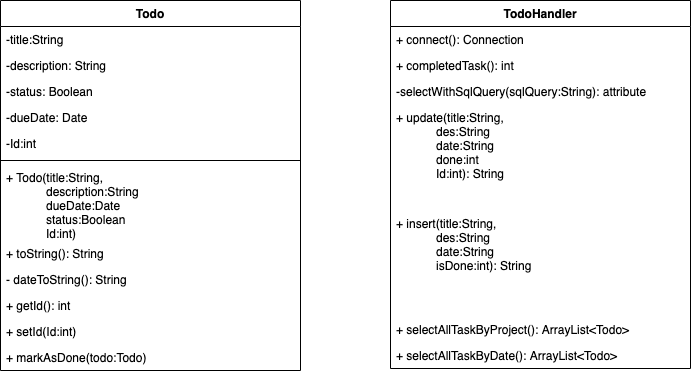
Earlier version of the draw.io export images/TodoUMLDiagram.png (emman2life/IP_Project). Source tidied: cells renumbered, new cells last; positions are measured from the earlier drawing's top-left corner, leaving out a move shared by most shapes.
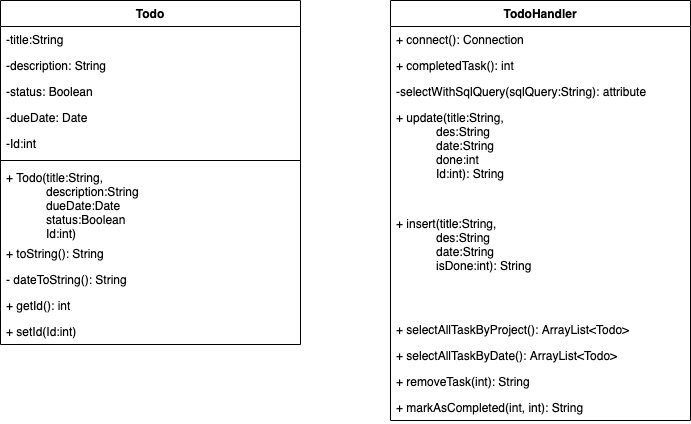
After the commit.

The edit, as a diff of the source:
```diff
@@ -3,7 +3,7 @@
     <mxCell id="0" />
     <mxCell id="1" parent="0" />
     <mxCell id="2" value="Todo" style="swimlane;fontStyle=1;align=center;verticalAlign=top;horizontal=1;startSize=26;" parent="1" vertex="1">
-      <mxGeometry width="300" height="370" as="geometry" />
+      <mxGeometry width="300" height="344" as="geometry" />
     </mxCell>
     <mxCell id="3" value="-title:String&#10;" style="text;strokeColor=none;fillColor=none;align=left;verticalAlign=top;spacingLeft=4;spacingRight=4;overflow=hidden;" parent="2" vertex="1">
       <mxGeometry y="26" width="300" height="26" as="geometry" />
@@ -38,11 +38,8 @@
     <mxCell id="13" value="+ setId(Id:int)" style="text;strokeColor=none;fillColor=none;align=left;verticalAlign=top;spacingLeft=4;spacingRight=4;overflow=hidden;" parent="2" vertex="1">
       <mxGeometry y="318" width="300" height="26" as="geometry" />
     </mxCell>
-    <mxCell id="14" value="+ markAsDone(todo:Todo)" style="text;strokeColor=none;fillColor=none;align=left;verticalAlign=top;spacingLeft=4;spacingRight=4;overflow=hidden;" parent="2" vertex="1">
-      <mxGeometry y="344" width="300" height="26" as="geometry" />
-    </mxCell>
     <mxCell id="15" value="TodoHandler" style="swimlane;fontStyle=1;align=center;verticalAlign=top;horizontal=1;startSize=26;" parent="1" vertex="1">
-      <mxGeometry x="390" width="300" height="368" as="geometry" />
+      <mxGeometry x="390" width="300" height="420" as="geometry" />
     </mxCell>
     <mxCell id="16" value="+ connect(): Connection" style="text;strokeColor=none;fillColor=none;align=left;verticalAlign=top;spacingLeft=4;spacingRight=4;overflow=hidden;" parent="15" vertex="1">
       <mxGeometry y="26" width="300" height="26" as="geometry" />
@@ -65,5 +62,11 @@
     <mxCell id="22" value="+ selectAllTaskByDate(): ArrayList&lt;Todo&gt;" style="text;strokeColor=none;fillColor=none;align=left;verticalAlign=top;spacingLeft=4;spacingRight=4;overflow=hidden;" parent="15" vertex="1">
       <mxGeometry y="342" width="300" height="26" as="geometry" />
     </mxCell>
+    <mxCell id="23" value="+ removeTask(int): String" style="text;strokeColor=none;fillColor=none;align=left;verticalAlign=top;spacingLeft=4;spacingRight=4;overflow=hidden;" parent="15" vertex="1">
+      <mxGeometry y="368" width="300" height="26" as="geometry" />
+    </mxCell>
+    <mxCell id="24" value="+ markAsCompleted(int, int): String" style="text;strokeColor=none;fillColor=none;align=left;verticalAlign=top;spacingLeft=4;spacingRight=4;overflow=hidden;" parent="15" vertex="1">
+      <mxGeometry y="394" width="300" height="26" as="geometry" />
+    </mxCell>
   </root>
 </mxGraphModel>
```
